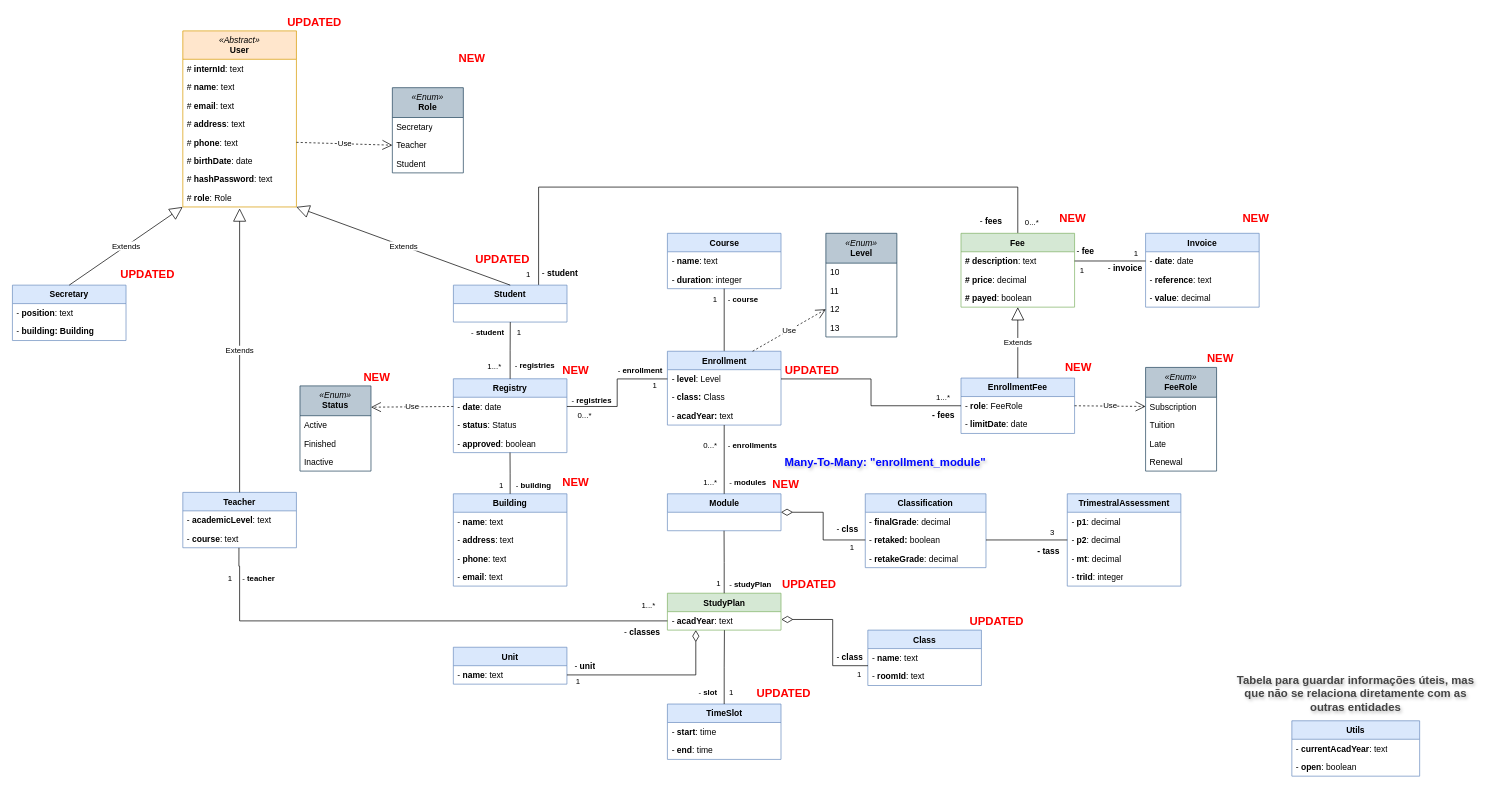
This is editables/data-model.drawio from Joaquim-Claudio/Imptel-Online_P.D.S-2024-2025, a draw.io file, before an edit. Source tidied: cells renumbered, new cells numbered last; positions are measured from the earlier drawing's top-left corner, leaving out a move shared by most shapes. Both pictures are drawn from the tidied source at 71%, with x=0, y=0 at pixel (12, 12).
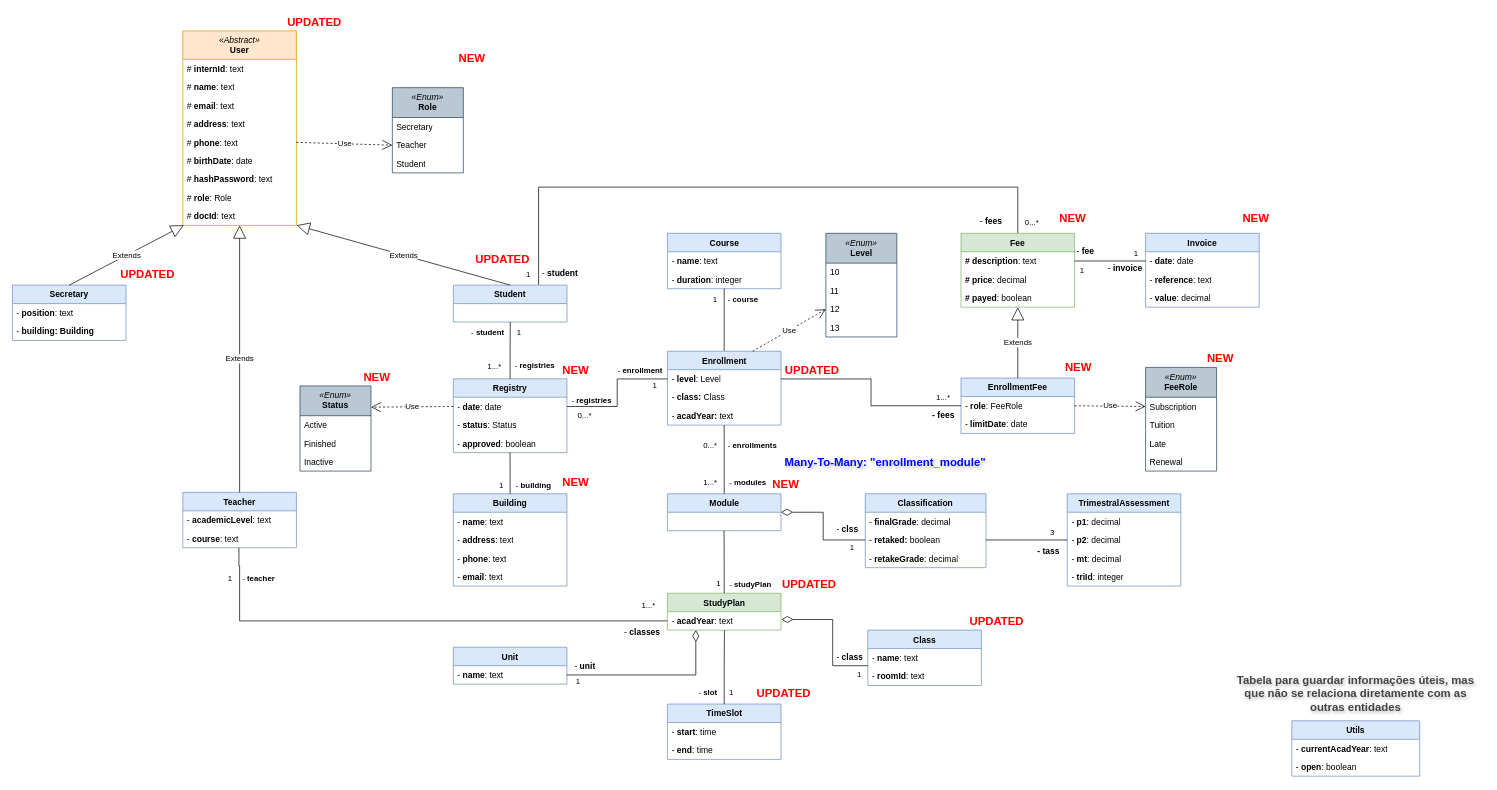
After the change.

Unchanged cells that the change refers to:
```xml
<mxCell id="10" value="# &lt;b&gt;role&lt;/b&gt;: Role" style="text;strokeColor=none;fillColor=none;align=left;verticalAlign=top;spacingLeft=4;spacingRight=4;overflow=hidden;points=[[0,0.5],[1,0.5]];portConstraint=eastwest;whiteSpace=wrap;html=1;" parent="2" vertex="1">
  <mxGeometry y="222" width="160" height="26" as="geometry" />
</mxCell>
<mxCell id="11" value="Secretary" style="swimlane;fontStyle=1;align=center;verticalAlign=top;horizontal=1;startSize=26;whiteSpace=wrap;html=1;fillColor=#dae8fc;strokeColor=#6c8ebf;" parent="1" vertex="1">
  <mxGeometry y="384.1" width="160" height="78" as="geometry" />
</mxCell>
<mxCell id="15" value="Student" style="swimlane;fontStyle=1;align=center;verticalAlign=top;horizontal=1;startSize=26;whiteSpace=wrap;html=1;fillColor=#dae8fc;strokeColor=#6c8ebf;" parent="1" vertex="1">
  <mxGeometry x="621.1" y="384.1" width="160" height="52" as="geometry" />
</mxCell>
<mxCell id="16" value="Teacher" style="swimlane;fontStyle=1;align=center;verticalAlign=top;horizontal=1;startSize=26;whiteSpace=wrap;html=1;fillColor=#dae8fc;strokeColor=#6c8ebf;" parent="1" vertex="1">
  <mxGeometry x="240" y="676" width="160" height="78" as="geometry" />
</mxCell>
```

Change to the diagram source:
```diff
@@
     <mxCell id="2" value="&lt;div&gt;&lt;i style=&quot;font-weight: normal;&quot;&gt;«Abstract»&lt;/i&gt;&lt;/div&gt;User" style="swimlane;fontStyle=1;align=center;verticalAlign=top;horizontal=1;startSize=40;whiteSpace=wrap;html=1;fillColor=#ffe6cc;strokeColor=#d79b00;" parent="1" vertex="1">
-      <mxGeometry x="240" y="26" width="160" height="248" as="geometry" />
+      <mxGeometry x="240" y="26" width="160" height="274" as="geometry" />
     </mxCell>
@@
+    <mxCell id="169" value="# &lt;b&gt;docId&lt;/b&gt;: text" style="text;strokeColor=none;fillColor=none;align=left;verticalAlign=top;spacingLeft=4;spacingRight=4;overflow=hidden;points=[[0,0.5],[1,0.5]];portConstraint=eastwest;whiteSpace=wrap;html=1;" parent="2" vertex="1">
+      <mxGeometry y="248" width="160" height="26" as="geometry" />
+    </mxCell>
@@
-    <mxCell id="32" value="Extends" style="endArrow=block;endSize=16;endFill=0;html=1;rounded=0;entryX=-0.001;entryY=1;entryDx=0;entryDy=0;entryPerimeter=0;exitX=0.5;exitY=0;exitDx=0;exitDy=0;" parent="1" edge="1" source="11" target="10">
+    <mxCell id="32" value="Extends" style="endArrow=block;endSize=16;endFill=0;html=1;rounded=0;entryX=0.008;entryY=0.992;entryDx=0;entryDy=0;entryPerimeter=0;exitX=0.5;exitY=0;exitDx=0;exitDy=0;" parent="1" edge="1" source="11" target="169">
       <mxGeometry relative="1" as="geometry" />
     </mxCell>
@@
-    <mxCell id="35" value="Extends" style="endArrow=block;endSize=16;endFill=0;html=1;rounded=0;exitX=0.5;exitY=0;exitDx=0;exitDy=0;entryX=0.999;entryY=1;entryDx=0;entryDy=0;entryPerimeter=0;" parent="1" edge="1" source="15" target="10">
+    <mxCell id="35" value="Extends" style="endArrow=block;endSize=16;endFill=0;html=1;rounded=0;exitX=0.5;exitY=0;exitDx=0;exitDy=0;entryX=1.003;entryY=0.992;entryDx=0;entryDy=0;entryPerimeter=0;" parent="1" edge="1" source="15" target="169">
       <mxGeometry relative="1" as="geometry" />
     </mxCell>
-    <mxCell id="36" value="Extends" style="endArrow=block;endSize=16;endFill=0;html=1;rounded=0;exitX=0.5;exitY=0;exitDx=0;exitDy=0;" parent="1" edge="1" source="16">
-      <mxGeometry relative="1" as="geometry">
-        <mxPoint x="320" y="276" as="targetPoint" />
-      </mxGeometry>
+    <mxCell id="36" value="Extends" style="endArrow=block;endSize=16;endFill=0;html=1;rounded=0;exitX=0.5;exitY=0;exitDx=0;exitDy=0;entryX=0.5;entryY=1;entryDx=0;entryDy=0;" parent="1" edge="1" source="16" target="2">
+      <mxGeometry relative="1" as="geometry" />
     </mxCell>
```
